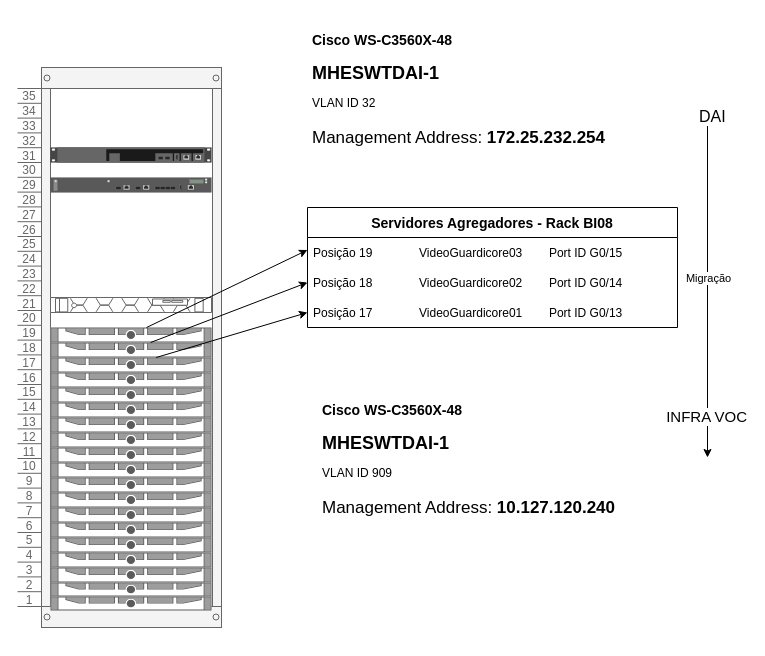
Earlier version of the draw.io diagram infra_VOC.drawio (eloyx3x/Diagramas). Source tidied: cells renumbered, new cells numbered last; positions are measured from the earlier drawing's top-left corner, leaving out a move shared by most shapes. Both pictures are drawn from the tidied source at 100%, with x=0, y=0 at pixel (17, 27).
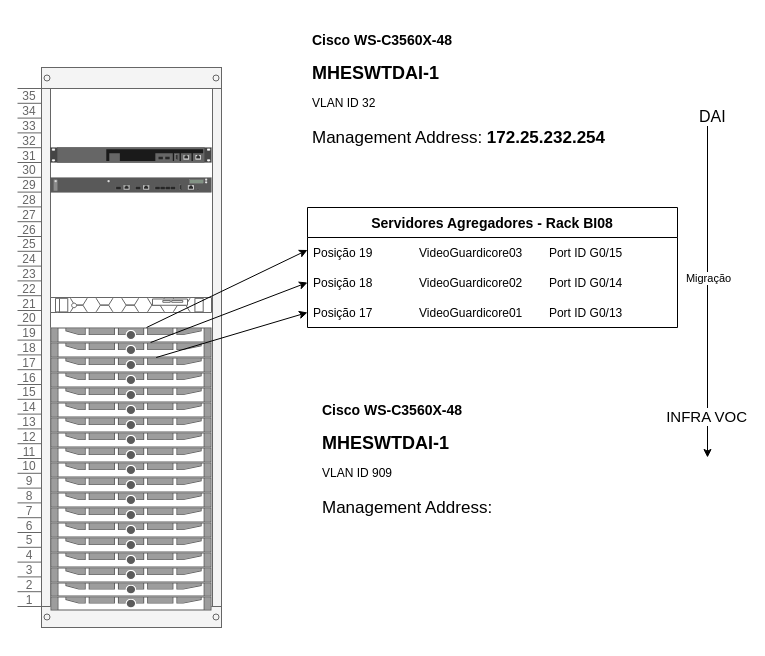
The same diagram, later.

What changed in the source:
```diff
@@
-    <mxCell id="33" value="&lt;h1 style=&quot;font-size: 18px;&quot;&gt;&lt;font style=&quot;font-size: 14px;&quot;&gt;Cisco WS-C3560X-48&lt;/font&gt;&lt;/h1&gt;&lt;h1 style=&quot;font-size: 18px;&quot;&gt;&lt;font style=&quot;font-size: 18px;&quot;&gt;MHESWTDAI-1&lt;/font&gt;&lt;/h1&gt;&lt;p&gt;VLAN ID 909&lt;br&gt;&lt;/p&gt;&lt;p style=&quot;font-size: 17px;&quot;&gt;Management Address: &lt;b&gt;&lt;font style=&quot;font-size: 17px;&quot;&gt;10.127.120.240&lt;/font&gt;&lt;/b&gt;&lt;br&gt;&lt;/p&gt;" style="text;html=1;strokeColor=none;fillColor=none;spacing=5;spacingTop=-20;whiteSpace=wrap;overflow=hidden;rounded=0;" parent="1" vertex="1">
+    <mxCell id="33" value="&lt;h1 style=&quot;font-size: 18px;&quot;&gt;&lt;font style=&quot;font-size: 14px;&quot;&gt;Cisco WS-C3560X-48&lt;/font&gt;&lt;/h1&gt;&lt;h1 style=&quot;font-size: 18px;&quot;&gt;&lt;font style=&quot;font-size: 18px;&quot;&gt;MHESWTDAI-1&lt;/font&gt;&lt;/h1&gt;&lt;p&gt;VLAN ID 909&lt;br&gt;&lt;/p&gt;&lt;p style=&quot;font-size: 17px;&quot;&gt;Management Address: &lt;br&gt;&lt;/p&gt;" style="text;html=1;strokeColor=none;fillColor=none;spacing=5;spacingTop=-20;whiteSpace=wrap;overflow=hidden;rounded=0;" parent="1" vertex="1">
       <mxGeometry x="300" y="370" width="326" height="125" as="geometry" />
     </mxCell>
```
